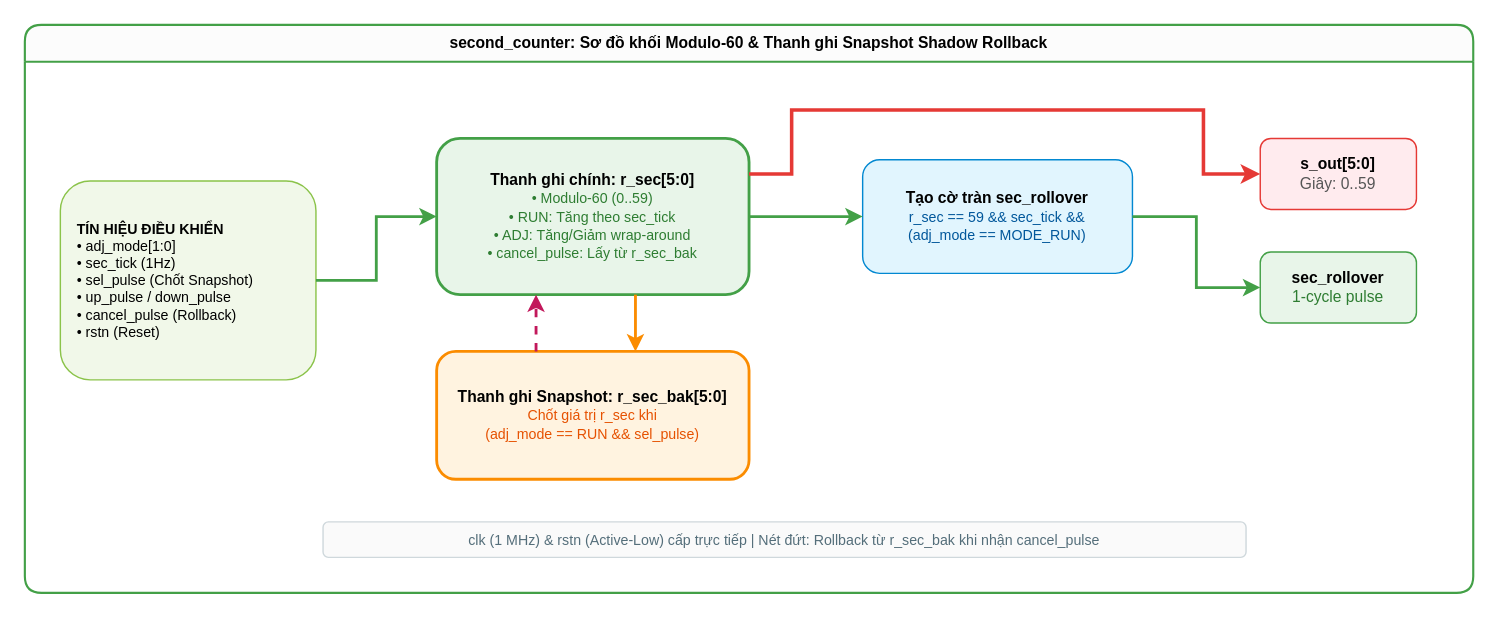
The draw.io diagram docs/diag_3_4_second_counter.drawio in ngobinh1/Digital_Clock, before the edit. Source tidied: cells renumbered, new cells numbered last; positions are measured from the earlier drawing's top-left corner, leaving out a move shared by most shapes. Both pictures are drawn from the tidied source at 142%, with x=0, y=0 at pixel (24, 24).
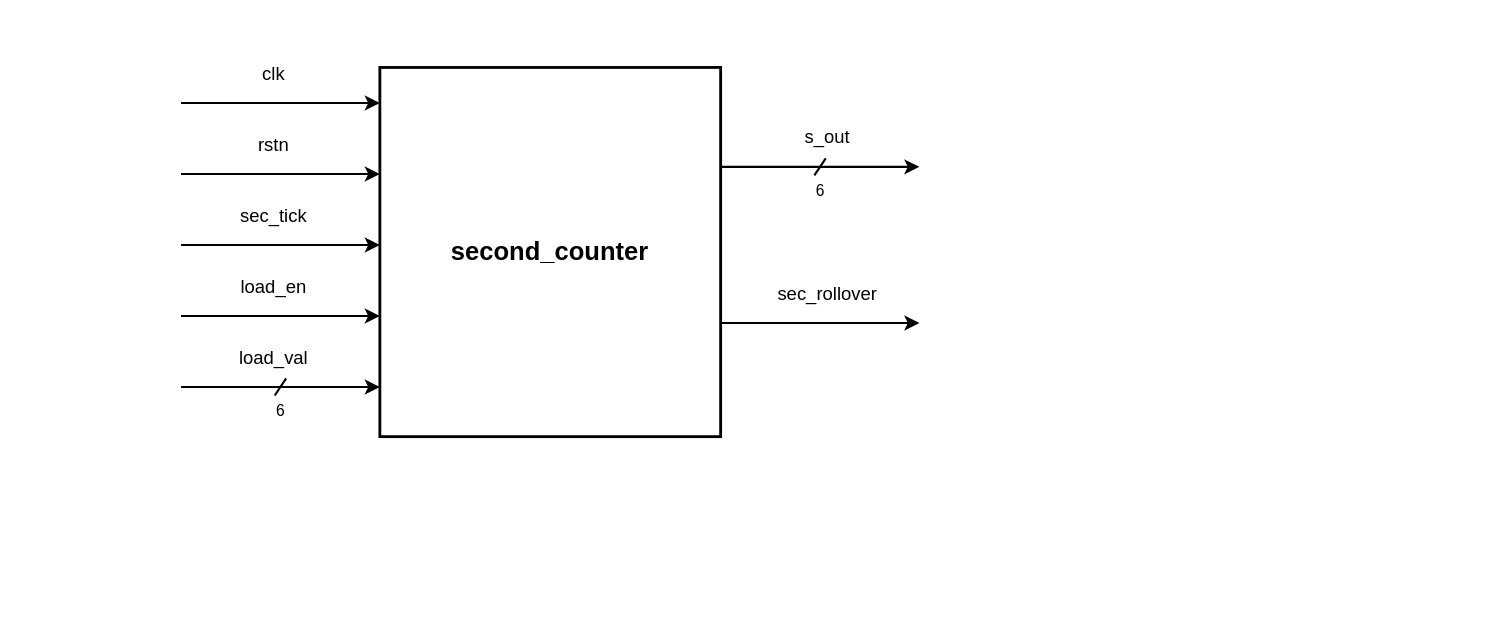
The same page after the edit.

Diff of the diagram source:
```diff
@@
-    <mxCell id="2" value="&lt;b&gt;second_counter: Sơ đồ khối Modulo-60 &amp;amp; Thanh ghi Snapshot Shadow Rollback&lt;/b&gt;" style="swimlane;whiteSpace=wrap;html=1;fillColor=#fcfcfc;strokeColor=#43a047;strokeWidth=1.5;startSize=26;fontFamily=Helvetica;fontSize=11;rounded=1;" parent="1" vertex="1">
-      <mxGeometry width="1020" height="400" as="geometry" />
-    </mxCell>
-    <mxCell id="3" value="&lt;b&gt;TÍN HIỆU ĐIỀU KHIỂN&lt;/b&gt;&lt;br&gt;• adj_mode[1:0]&lt;br&gt;• sec_tick (1Hz)&lt;br&gt;• sel_pulse (Chốt Snapshot)&lt;br&gt;• up_pulse / down_pulse&lt;br&gt;• cancel_pulse (Rollback)&lt;br&gt;• rstn (Reset)" style="rounded=1;whiteSpace=wrap;html=1;fillColor=#f1f8e9;strokeColor=#8bc34a;align=left;spacingLeft=10;fontSize=10;" parent="2" vertex="1">
-      <mxGeometry x="25" y="110" width="180" height="140" as="geometry" />
-    </mxCell>
-    <mxCell id="4" value="&lt;b&gt;Thanh ghi chính: r_sec[5:0]&lt;/b&gt;&lt;br&gt;&lt;font color='#2e7d32' style='font-size:10px;'&gt;• Modulo-60 (0..59)&lt;br&gt;• RUN: Tăng theo sec_tick&lt;br&gt;• ADJ: Tăng/Giảm wrap-around&lt;br&gt;• cancel_pulse: Lấy từ r_sec_bak&lt;/font&gt;" style="rounded=1;whiteSpace=wrap;html=1;fillColor=#e8f5e9;strokeColor=#43a047;strokeWidth=2;fontSize=11;" parent="2" vertex="1">
-      <mxGeometry x="290" y="80" width="220" height="110" as="geometry" />
-    </mxCell>
-    <mxCell id="5" value="&lt;b&gt;Thanh ghi Snapshot: r_sec_bak[5:0]&lt;/b&gt;&lt;br&gt;&lt;font color='#e65100' style='font-size:10px;'&gt;Chốt giá trị r_sec khi&lt;br&gt;(adj_mode == RUN &amp;amp;&amp;amp; sel_pulse)&lt;/font&gt;" style="rounded=1;whiteSpace=wrap;html=1;fillColor=#fff3e0;strokeColor=#fb8c00;strokeWidth=2;fontSize=11;" parent="2" vertex="1">
-      <mxGeometry x="290" y="230" width="220" height="90" as="geometry" />
-    </mxCell>
-    <mxCell id="6" value="&lt;b&gt;Tạo cờ tràn sec_rollover&lt;/b&gt;&lt;br&gt;&lt;font color='#01579b' style='font-size:10px;'&gt;r_sec == 59 &amp;amp;&amp;amp; sec_tick &amp;amp;&amp;amp;&lt;br&gt;(adj_mode == MODE_RUN)&lt;/font&gt;" style="rounded=1;whiteSpace=wrap;html=1;fillColor=#e1f5fe;strokeColor=#0288d1;fontSize=11;" parent="2" vertex="1">
-      <mxGeometry x="590" y="95" width="190" height="80" as="geometry" />
-    </mxCell>
-    <mxCell id="7" value="&lt;b&gt;s_out[5:0]&lt;/b&gt;&lt;br&gt;&lt;font color='#555'&gt;Giây: 0..59&lt;/font&gt;" style="rounded=1;whiteSpace=wrap;html=1;fillColor=#ffebee;strokeColor=#e53935;fontSize=11;" parent="2" vertex="1">
-      <mxGeometry x="870" y="80" width="110" height="50" as="geometry" />
-    </mxCell>
-    <mxCell id="8" value="&lt;b&gt;sec_rollover&lt;/b&gt;&lt;br&gt;&lt;font color='#2e7d32'&gt;1-cycle pulse&lt;/font&gt;" style="rounded=1;whiteSpace=wrap;html=1;fillColor=#e8f5e9;strokeColor=#43a047;fontSize=11;" parent="2" vertex="1">
-      <mxGeometry x="870" y="160" width="110" height="50" as="geometry" />
-    </mxCell>
-    <mxCell id="9" style="edgeStyle=orthogonalEdgeStyle;rounded=0;html=1;strokeColor=#43a047;strokeWidth=2;" parent="2" edge="1" source="3" target="4">
-      <mxGeometry relative="1" as="geometry" />
-    </mxCell>
-    <mxCell id="10" style="edgeStyle=orthogonalEdgeStyle;rounded=0;html=1;strokeColor=#fb8c00;strokeWidth=2;" parent="2" edge="1" source="4" target="5">
-      <mxGeometry relative="1" as="geometry">
-        <Array as="points">
-          <mxPoint x="430" y="210" />
-          <mxPoint x="430" y="210" />
-        </Array>
-      </mxGeometry>
-    </mxCell>
-    <mxCell id="11" style="edgeStyle=orthogonalEdgeStyle;rounded=0;html=1;strokeColor=#c2185b;strokeWidth=2;dashed=1;" parent="2" edge="1" source="5" target="4">
-      <mxGeometry relative="1" as="geometry">
-        <Array as="points">
-          <mxPoint x="360" y="210" />
-          <mxPoint x="360" y="210" />
-        </Array>
-      </mxGeometry>
-    </mxCell>
-    <mxCell id="12" style="edgeStyle=orthogonalEdgeStyle;rounded=0;html=1;strokeColor=#43a047;strokeWidth=2;" parent="2" edge="1" source="4" target="6">
-      <mxGeometry relative="1" as="geometry" />
-    </mxCell>
-    <mxCell id="13" style="edgeStyle=orthogonalEdgeStyle;rounded=0;html=1;strokeColor=#e53935;strokeWidth=2.5;" parent="2" edge="1" source="4" target="7">
-      <mxGeometry relative="1" as="geometry">
-        <Array as="points">
-          <mxPoint x="540" y="105" />
-          <mxPoint x="540" y="60" />
-          <mxPoint x="830" y="60" />
-          <mxPoint x="830" y="105" />
-        </Array>
-      </mxGeometry>
-    </mxCell>
-    <mxCell id="14" style="edgeStyle=orthogonalEdgeStyle;rounded=0;html=1;strokeColor=#43a047;strokeWidth=2;" parent="2" edge="1" source="6" target="8">
-      <mxGeometry relative="1" as="geometry" />
-    </mxCell>
-    <mxCell id="15" value="clk (1 MHz) &amp;amp; rstn (Active-Low) cấp trực tiếp | Nét đứt: Rollback từ r_sec_bak khi nhận cancel_pulse" style="rounded=1;whiteSpace=wrap;html=1;fillColor=#fafafa;strokeColor=#cfd8dc;fontColor=#546e7a;fontSize=10;" parent="2" vertex="1">
-      <mxGeometry x="210" y="350" width="650" height="25" as="geometry" />
-    </mxCell>
+    <mxCell id="16" value="second_counter" style="rounded=0;whiteSpace=wrap;html=1;fillColor=#ffffff;strokeColor=#000000;strokeWidth=2;fontFamily=Helvetica;fontSize=18;fontStyle=1;fontColor=#000000;align=center;verticalAlign=middle;" parent="1" vertex="1">
+      <mxGeometry x="250" y="30" width="240" height="260" as="geometry" />
+    </mxCell>
+    <mxCell id="17" value="clk" style="text;html=1;align=center;verticalAlign=bottom;fontSize=13;fontFamily=Helvetica;fontColor=#000000;" parent="1" vertex="1">
+      <mxGeometry x="110" y="25" width="130" height="20" as="geometry" />
+    </mxCell>
+    <mxCell id="18" style="edgeStyle=orthogonalEdgeStyle;rounded=0;orthogonalLoop=1;jettySize=auto;html=1;strokeColor=#000000;strokeWidth=1.5;endArrow=classic;endFill=1;" parent="1" edge="1">
+      <mxGeometry relative="1" as="geometry">
+        <mxPoint x="110" y="55" as="sourcePoint" />
+        <mxPoint x="250" y="55" as="targetPoint" />
+      </mxGeometry>
+    </mxCell>
+    <mxCell id="19" value="rstn" style="text;html=1;align=center;verticalAlign=bottom;fontSize=13;fontFamily=Helvetica;fontColor=#000000;" parent="1" vertex="1">
+      <mxGeometry x="110" y="75" width="130" height="20" as="geometry" />
+    </mxCell>
+    <mxCell id="20" style="edgeStyle=orthogonalEdgeStyle;rounded=0;orthogonalLoop=1;jettySize=auto;html=1;strokeColor=#000000;strokeWidth=1.5;endArrow=classic;endFill=1;" parent="1" edge="1">
+      <mxGeometry relative="1" as="geometry">
+        <mxPoint x="110" y="105" as="sourcePoint" />
+        <mxPoint x="250" y="105" as="targetPoint" />
+      </mxGeometry>
+    </mxCell>
+    <mxCell id="21" value="sec_tick" style="text;html=1;align=center;verticalAlign=bottom;fontSize=13;fontFamily=Helvetica;fontColor=#000000;" parent="1" vertex="1">
+      <mxGeometry x="110" y="125" width="130" height="20" as="geometry" />
+    </mxCell>
+    <mxCell id="22" style="edgeStyle=orthogonalEdgeStyle;rounded=0;orthogonalLoop=1;jettySize=auto;html=1;strokeColor=#000000;strokeWidth=1.5;endArrow=classic;endFill=1;" parent="1" edge="1">
+      <mxGeometry relative="1" as="geometry">
+        <mxPoint x="110" y="155" as="sourcePoint" />
+        <mxPoint x="250" y="155" as="targetPoint" />
+      </mxGeometry>
+    </mxCell>
+    <mxCell id="23" value="load_en" style="text;html=1;align=center;verticalAlign=bottom;fontSize=13;fontFamily=Helvetica;fontColor=#000000;" parent="1" vertex="1">
+      <mxGeometry x="110" y="175" width="130" height="20" as="geometry" />
+    </mxCell>
+    <mxCell id="24" style="edgeStyle=orthogonalEdgeStyle;rounded=0;orthogonalLoop=1;jettySize=auto;html=1;strokeColor=#000000;strokeWidth=1.5;endArrow=classic;endFill=1;" parent="1" edge="1">
+      <mxGeometry relative="1" as="geometry">
+        <mxPoint x="110" y="205" as="sourcePoint" />
+        <mxPoint x="250" y="205" as="targetPoint" />
+      </mxGeometry>
+    </mxCell>
+    <mxCell id="25" value="load_val" style="text;html=1;align=center;verticalAlign=bottom;fontSize=13;fontFamily=Helvetica;fontColor=#000000;" parent="1" vertex="1">
+      <mxGeometry x="110" y="225" width="130" height="20" as="geometry" />
+    </mxCell>
+    <mxCell id="26" style="edgeStyle=orthogonalEdgeStyle;rounded=0;orthogonalLoop=1;jettySize=auto;html=1;strokeColor=#000000;strokeWidth=1.5;endArrow=classic;endFill=1;" parent="1" edge="1">
+      <mxGeometry relative="1" as="geometry">
+        <mxPoint x="110" y="255" as="sourcePoint" />
+        <mxPoint x="250" y="255" as="targetPoint" />
+      </mxGeometry>
+    </mxCell>
+    <mxCell id="27" style="endArrow=none;html=1;strokeColor=#000000;strokeWidth=1.5;" parent="1" edge="1">
+      <mxGeometry relative="1" as="geometry">
+        <mxPoint x="176" y="261" as="sourcePoint" />
+        <mxPoint x="184" y="249" as="targetPoint" />
+      </mxGeometry>
+    </mxCell>
+    <mxCell id="28" value="6" style="text;html=1;align=center;verticalAlign=top;fontSize=11;fontFamily=Helvetica;fontColor=#000000;" parent="1" vertex="1">
+      <mxGeometry x="170" y="259" width="20" height="16" as="geometry" />
+    </mxCell>
+    <mxCell id="29" value="s_out" style="text;html=1;align=center;verticalAlign=bottom;fontSize=13;fontFamily=Helvetica;fontColor=#000000;" parent="1" vertex="1">
+      <mxGeometry x="500" y="70" width="130" height="20" as="geometry" />
+    </mxCell>
+    <mxCell id="30" style="edgeStyle=orthogonalEdgeStyle;rounded=0;orthogonalLoop=1;jettySize=auto;html=1;strokeColor=#000000;strokeWidth=1.5;endArrow=classic;endFill=1;" parent="1" edge="1">
+      <mxGeometry relative="1" as="geometry">
+        <mxPoint x="490" y="100" as="sourcePoint" />
+        <mxPoint x="630" y="100" as="targetPoint" />
+      </mxGeometry>
+    </mxCell>
+    <mxCell id="31" style="endArrow=none;html=1;strokeColor=#000000;strokeWidth=1.5;" parent="1" edge="1">
+      <mxGeometry relative="1" as="geometry">
+        <mxPoint x="556" y="106" as="sourcePoint" />
+        <mxPoint x="564" y="94" as="targetPoint" />
+      </mxGeometry>
+    </mxCell>
+    <mxCell id="32" value="6" style="text;html=1;align=center;verticalAlign=top;fontSize=11;fontFamily=Helvetica;fontColor=#000000;" parent="1" vertex="1">
+      <mxGeometry x="550" y="104" width="20" height="16" as="geometry" />
+    </mxCell>
+    <mxCell id="33" value="sec_rollover" style="text;html=1;align=center;verticalAlign=bottom;fontSize=13;fontFamily=Helvetica;fontColor=#000000;" parent="1" vertex="1">
+      <mxGeometry x="500" y="180" width="130" height="20" as="geometry" />
+    </mxCell>
+    <mxCell id="34" style="edgeStyle=orthogonalEdgeStyle;rounded=0;orthogonalLoop=1;jettySize=auto;html=1;strokeColor=#000000;strokeWidth=1.5;endArrow=classic;endFill=1;" parent="1" edge="1">
+      <mxGeometry relative="1" as="geometry">
+        <mxPoint x="490" y="210" as="sourcePoint" />
+        <mxPoint x="630" y="210" as="targetPoint" />
+      </mxGeometry>
+    </mxCell>
```
